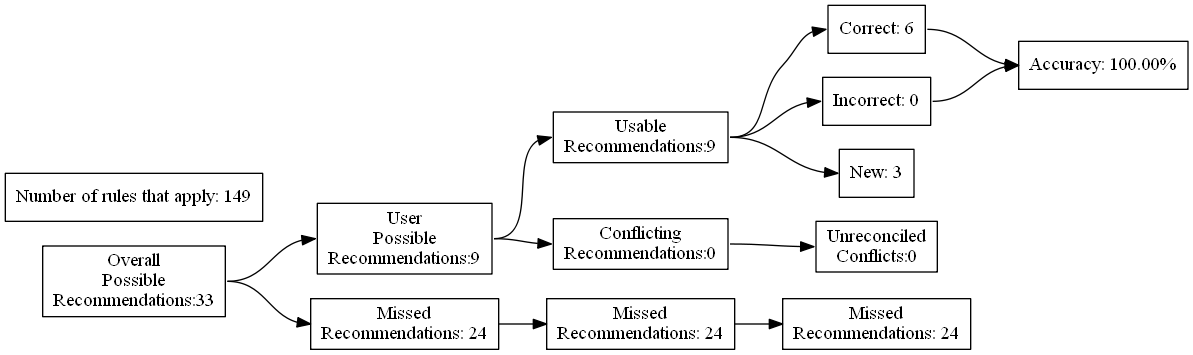
Above: test_renders/67.gv.png in ZaxR/ibd_diet_analysis (Graphviz), before the change. Its source is kept beside it as test_renders/67.gv.
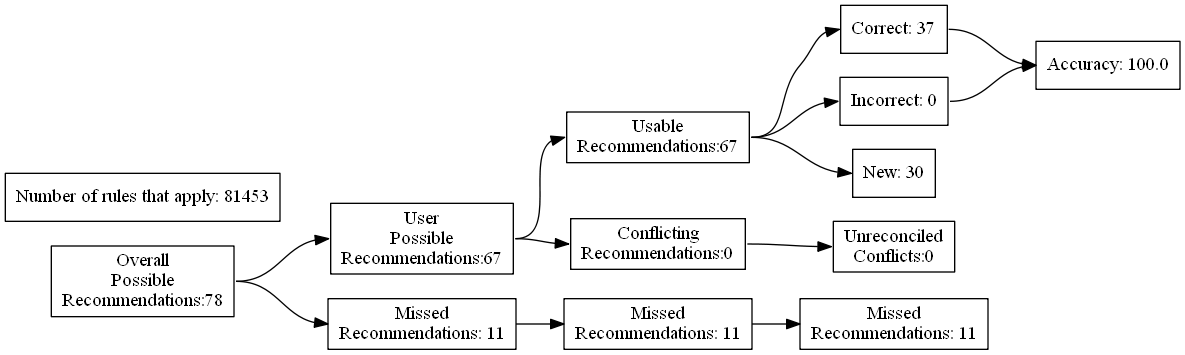
After the change.

What changed in the source:
```diff
@@ -4,27 +4,27 @@
 	edge [headport=w tailport=e]
 		A [label="Overall
 Possible
-Recommendations:33"]
+Recommendations:78"]
 		B [label="User
 Possible
-Recommendations:9"]
+Recommendations:67"]
 		C [label="Missed
-Recommendations: 24"]
+Recommendations: 11"]
 		D [label="Usable
-Recommendations:9"]
+Recommendations:67"]
 		E [label="Conflicting
 Recommendations:0"]
 		J [label="Missed
-Recommendations: 24"]
+Recommendations: 11"]
 		M [label="Unreconciled
 Conflicts:0"]
-		F [label="Correct: 6"]
+		F [label="Correct: 37"]
 		G [label="Incorrect: 0"]
-		H [label="New: 3"]
+		H [label="New: 30"]
 		K [label="Missed
-Recommendations: 24"]
-		I [label="Accuracy: 100.00%"]
-		l [label="Number of rules that apply: 149"]
+Recommendations: 11"]
+		I [label="Accuracy: 100.0"]
+		l [label="Number of rules that apply: 81453"]
 			A -> B
 			A -> C
 			B -> D
```
